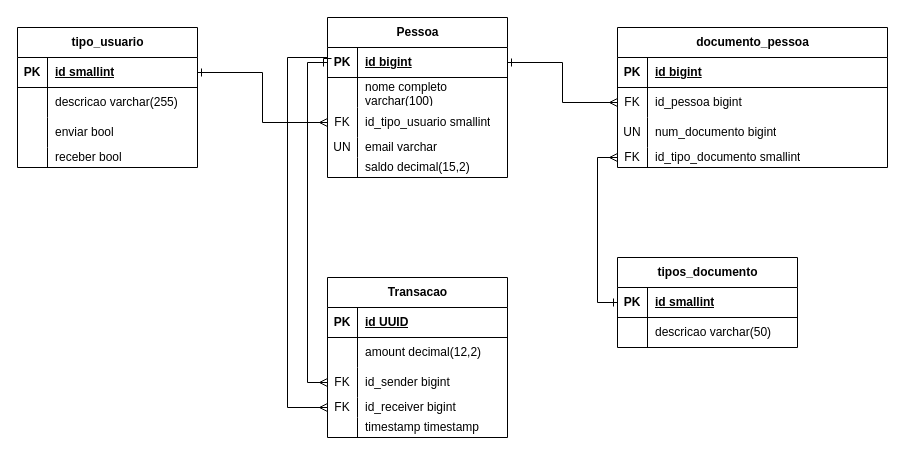
This is docs/modelagem-pp.drawio from JL-Junior/desafio-pp, a draw.io file, before an edit. Source tidied: cells renumbered, new cells numbered last; positions are measured from the earlier drawing's top-left corner, leaving out a move shared by most shapes. Both pictures are drawn from the tidied source at 100%, with x=0, y=0 at pixel (17, 17).
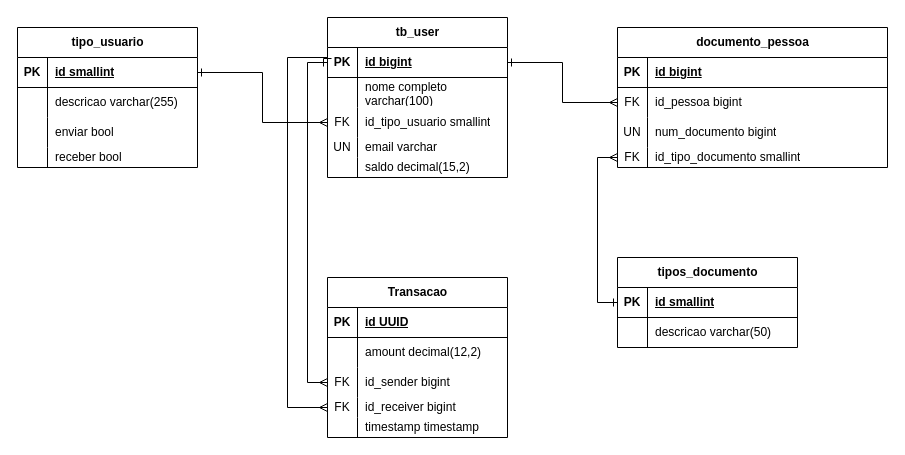
The same page after the edit.

The edit, as a diff of the source:
```diff
@@
-    <mxCell id="2" value="Pessoa" style="shape=table;startSize=30;childLayout=tableLayout;rowLines=0;fontStyle=1;align=center;html=1;" parent="1" vertex="1">
+    <mxCell id="2" value="tb_user" style="shape=table;startSize=30;childLayout=tableLayout;rowLines=0;fontStyle=1;align=center;html=1;" parent="1" vertex="1">
       <mxGeometry x="310" width="180" height="160" as="geometry" />
     </mxCell>
```
